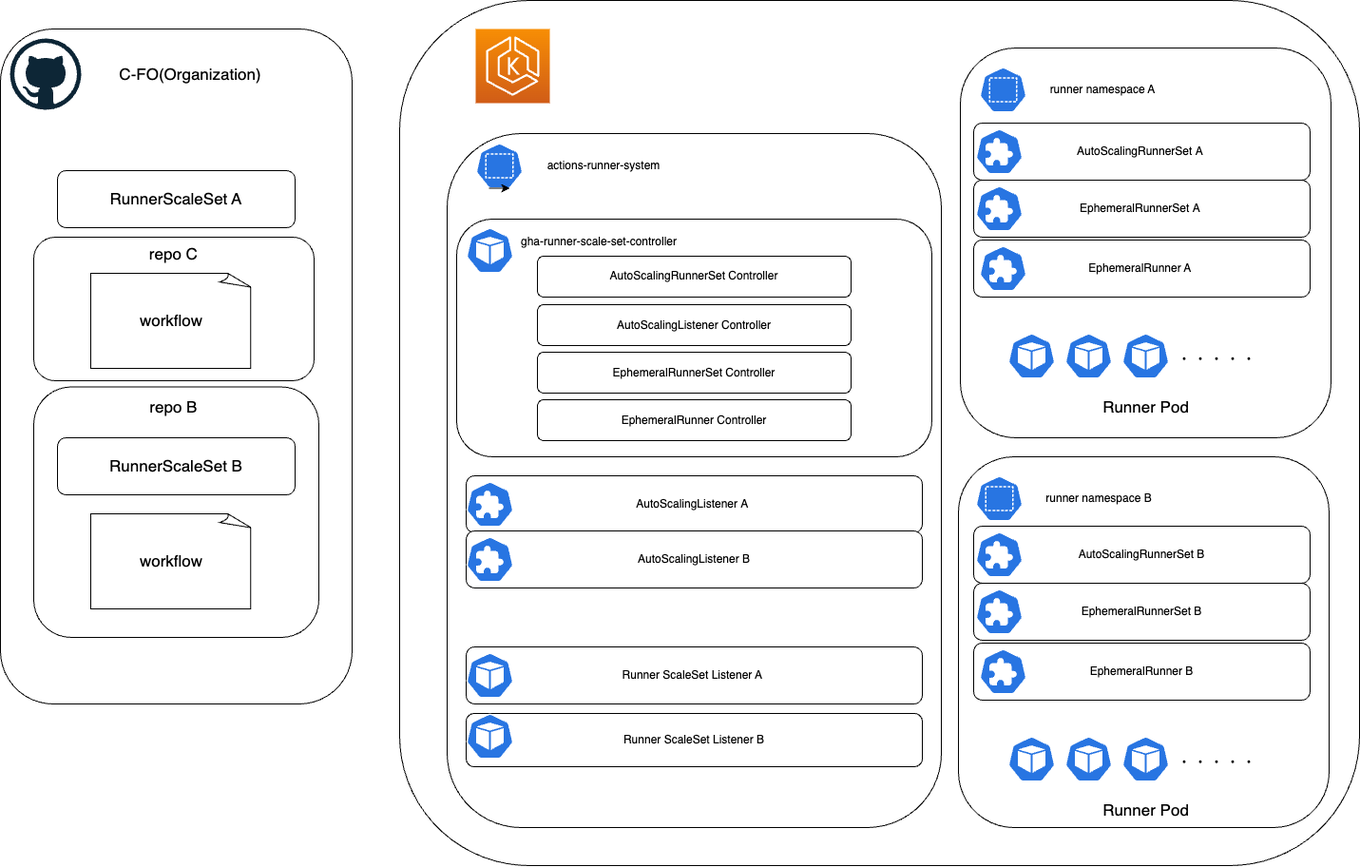
Before: drawio/autoscaling_runner-scale-set-mode-base.drawio.png, a diagram exported from draw.io (freee-akito-fujihara/ARC-AutoScalingRunnerScaleSet). Source tidied: cells renumbered, new cells last; positions are measured from the earlier drawing's top-left corner, leaving out a move shared by most shapes.
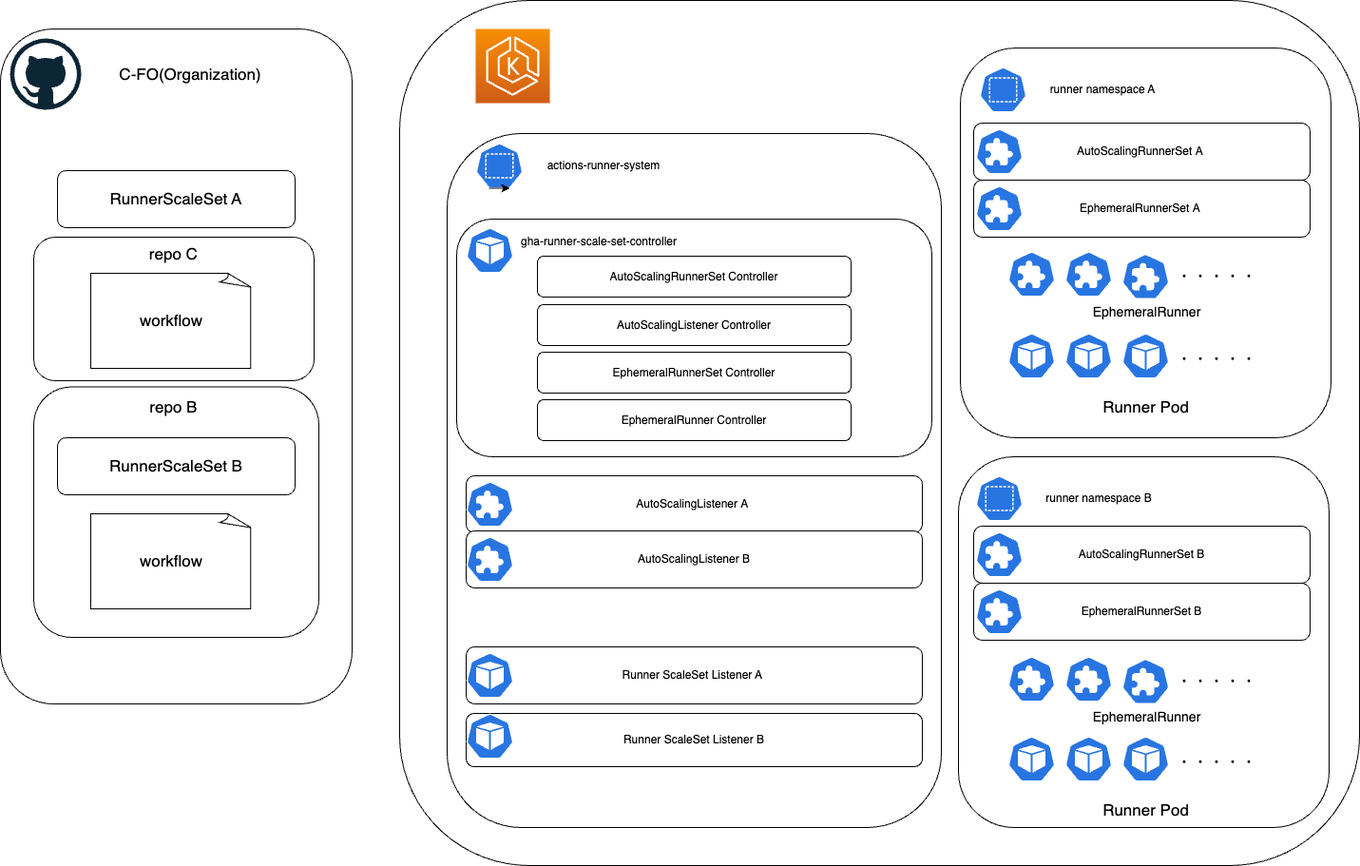
The same diagram one commit later.

Commit message:
EphemeralRunner の図式を修正

The edit, as a diff of the source:
```diff
@@ -113,9 +113,6 @@
     <mxCell id="38" value="EphemeralRunnerSet&amp;nbsp;A&amp;nbsp;" style="rounded=1;whiteSpace=wrap;html=1;" parent="1" vertex="1">
       <mxGeometry x="1024" y="189" width="354" height="60" as="geometry" />
     </mxCell>
-    <mxCell id="39" value="EphemeralRunner A&amp;nbsp;" style="rounded=1;whiteSpace=wrap;html=1;" parent="1" vertex="1">
-      <mxGeometry x="1024" y="252" width="354" height="60" as="geometry" />
-    </mxCell>
     <mxCell id="40" style="sketch=0;html=1;dashed=0;whitespace=wrap;fillColor=#2875E2;strokeColor=#ffffff;verticalLabelPosition=bottom;align=center;verticalAlign=top;shape=mxgraph.kubernetes.icon;prIcon=pod;" parent="1" vertex="1">
       <mxGeometry x="1060" y="350" width="50" height="48" as="geometry" />
     </mxCell>
@@ -138,7 +135,7 @@
       <mxGeometry x="1026" y="195" width="50" height="48" as="geometry" />
     </mxCell>
     <mxCell id="47" style="sketch=0;html=1;dashed=0;whitespace=wrap;fillColor=#2875E2;strokeColor=#ffffff;verticalLabelPosition=bottom;align=center;verticalAlign=top;shape=mxgraph.kubernetes.icon;prIcon=crd;fontSize=17;" parent="1" vertex="1">
-      <mxGeometry x="1030" y="258" width="50" height="48" as="geometry" />
+      <mxGeometry x="1060" y="264" width="50" height="48" as="geometry" />
     </mxCell>
     <mxCell id="48" value="AutoScalingRunnerSet B" style="rounded=1;whiteSpace=wrap;html=1;" parent="1" vertex="1">
       <mxGeometry x="1024" y="553" width="354" height="60" as="geometry" />
@@ -146,9 +143,6 @@
     <mxCell id="49" value="EphemeralRunnerSet B" style="rounded=1;whiteSpace=wrap;html=1;" parent="1" vertex="1">
       <mxGeometry x="1024" y="613" width="354" height="60" as="geometry" />
     </mxCell>
-    <mxCell id="50" value="EphemeralRunner B" style="rounded=1;whiteSpace=wrap;html=1;" parent="1" vertex="1">
-      <mxGeometry x="1024" y="676" width="354" height="60" as="geometry" />
-    </mxCell>
     <mxCell id="51" style="sketch=0;html=1;dashed=0;whitespace=wrap;fillColor=#2875E2;strokeColor=#ffffff;verticalLabelPosition=bottom;align=center;verticalAlign=top;shape=mxgraph.kubernetes.icon;prIcon=pod;" parent="1" vertex="1">
       <mxGeometry x="1060" y="774" width="50" height="48" as="geometry" />
     </mxCell>
@@ -170,9 +164,6 @@
     <mxCell id="57" style="sketch=0;html=1;dashed=0;whitespace=wrap;fillColor=#2875E2;strokeColor=#ffffff;verticalLabelPosition=bottom;align=center;verticalAlign=top;shape=mxgraph.kubernetes.icon;prIcon=crd;fontSize=17;" parent="1" vertex="1">
       <mxGeometry x="1026" y="619" width="50" height="48" as="geometry" />
     </mxCell>
-    <mxCell id="58" style="sketch=0;html=1;dashed=0;whitespace=wrap;fillColor=#2875E2;strokeColor=#ffffff;verticalLabelPosition=bottom;align=center;verticalAlign=top;shape=mxgraph.kubernetes.icon;prIcon=crd;fontSize=17;" parent="1" vertex="1">
-      <mxGeometry x="1030" y="682" width="50" height="48" as="geometry" />
-    </mxCell>
     <mxCell id="59" style="rounded=1;whiteSpace=wrap;html=1;fontSize=17;" parent="1" vertex="1">
       <mxGeometry x="35" y="249" width="295" height="151" as="geometry" />
     </mxCell>
@@ -182,5 +173,32 @@
     <mxCell id="61" value="&amp;nbsp;repo C" style="text;strokeColor=none;align=center;fillColor=none;html=1;verticalAlign=middle;whiteSpace=wrap;rounded=0;fontSize=17;" parent="1" vertex="1">
       <mxGeometry x="150" y="252" width="60" height="30" as="geometry" />
     </mxCell>
+    <mxCell id="62" value="&lt;font style=&quot;font-size: 14px;&quot;&gt;EphemeralRunner&lt;/font&gt;" style="text;strokeColor=none;align=center;fillColor=none;html=1;verticalAlign=middle;whiteSpace=wrap;rounded=0;fontSize=17;" parent="1" vertex="1">
+      <mxGeometry x="1153" y="312" width="107" height="30" as="geometry" />
+    </mxCell>
+    <mxCell id="63" style="sketch=0;html=1;dashed=0;whitespace=wrap;fillColor=#2875E2;strokeColor=#ffffff;verticalLabelPosition=bottom;align=center;verticalAlign=top;shape=mxgraph.kubernetes.icon;prIcon=crd;fontSize=17;" parent="1" vertex="1">
+      <mxGeometry x="1120" y="264" width="50" height="48" as="geometry" />
+    </mxCell>
+    <mxCell id="64" style="sketch=0;html=1;dashed=0;whitespace=wrap;fillColor=#2875E2;strokeColor=#ffffff;verticalLabelPosition=bottom;align=center;verticalAlign=top;shape=mxgraph.kubernetes.icon;prIcon=crd;fontSize=17;" parent="1" vertex="1">
+      <mxGeometry x="1180" y="266.5" width="50" height="48" as="geometry" />
+    </mxCell>
+    <mxCell id="65" value="・・・・・" style="text;strokeColor=none;align=center;fillColor=none;html=1;verticalAlign=middle;whiteSpace=wrap;rounded=0;fontSize=17;" parent="1" vertex="1">
+      <mxGeometry x="1250" y="275.5" width="60" height="30" as="geometry" />
+    </mxCell>
+    <mxCell id="66" style="sketch=0;html=1;dashed=0;whitespace=wrap;fillColor=#2875E2;strokeColor=#ffffff;verticalLabelPosition=bottom;align=center;verticalAlign=top;shape=mxgraph.kubernetes.icon;prIcon=crd;fontSize=17;" parent="1" vertex="1">
+      <mxGeometry x="1060" y="690" width="50" height="48" as="geometry" />
+    </mxCell>
+    <mxCell id="67" value="&lt;font style=&quot;font-size: 14px;&quot;&gt;EphemeralRunner&lt;/font&gt;" style="text;strokeColor=none;align=center;fillColor=none;html=1;verticalAlign=middle;whiteSpace=wrap;rounded=0;fontSize=17;" parent="1" vertex="1">
+      <mxGeometry x="1153" y="738" width="107" height="30" as="geometry" />
+    </mxCell>
+    <mxCell id="68" style="sketch=0;html=1;dashed=0;whitespace=wrap;fillColor=#2875E2;strokeColor=#ffffff;verticalLabelPosition=bottom;align=center;verticalAlign=top;shape=mxgraph.kubernetes.icon;prIcon=crd;fontSize=17;" parent="1" vertex="1">
+      <mxGeometry x="1120" y="690" width="50" height="48" as="geometry" />
+    </mxCell>
+    <mxCell id="69" style="sketch=0;html=1;dashed=0;whitespace=wrap;fillColor=#2875E2;strokeColor=#ffffff;verticalLabelPosition=bottom;align=center;verticalAlign=top;shape=mxgraph.kubernetes.icon;prIcon=crd;fontSize=17;" parent="1" vertex="1">
+      <mxGeometry x="1180" y="692.5" width="50" height="48" as="geometry" />
+    </mxCell>
+    <mxCell id="70" value="・・・・・" style="text;strokeColor=none;align=center;fillColor=none;html=1;verticalAlign=middle;whiteSpace=wrap;rounded=0;fontSize=17;" parent="1" vertex="1">
+      <mxGeometry x="1250" y="701.5" width="60" height="30" as="geometry" />
+    </mxCell>
   </root>
 </mxGraphModel>
```
